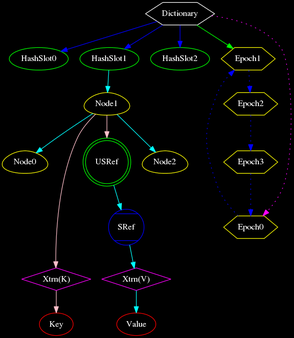
Above: Structures/diagram.png in exodist/GSD (Graphviz), before the change. Its source is kept beside it as Structures/diagram.dot.
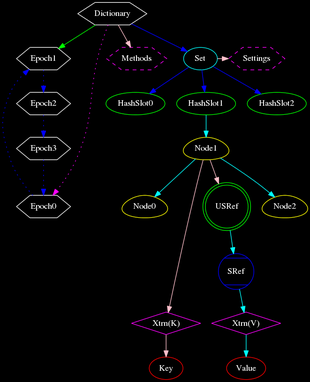
Above is the later version.

Diff of the diagram source:
```diff
@@ -1,15 +1,42 @@
 digraph overview {
     ordering=out
     bgcolor=black
-    node [color=white,fontcolor=white]
+    node [color=white,fontcolor=white,shape=hexagon]
 
     Dictionary [shape=hexagon]
 
+    edge [color=grey]
+
+    Dictionary->Epoch1 [color=green]
+    Dictionary->Epoch0 [style=dotted,color=magenta]
+
+    Epoch0->Epoch1 [style=dotted,color=blue]
+    Epoch1->Epoch2 [style=dotted,color=blue]
+    Epoch2->Epoch3 [style=dotted,color=blue]
+    Epoch3->Epoch0 [style=dotted,color=blue]
+
+    node [color=magenta,style=dashed]
+    Methods
+    Settings
+    Set [color=cyan,shape=oval,style=solid]
+    {rank=same; Settings Methods Set}
+
+    node [shape=oval]
+    edge [color=pink]
+    Set->Settings
+
+    edge [color=pink]
+    Dictionary->Methods
+
+    node [color=green,style=solid]
+    edge [color=blue]
+    Dictionary->Set
+
     edge [color=blue]
     node [color=green,fontcolor=white]
-    Dictionary->HashSlot0
-    Dictionary->HashSlot1
-    Dictionary->HashSlot2
+    Set->HashSlot0
+    Set->HashSlot1
+    Set->HashSlot2
 
     node [color=yellow,fontcolor=white]
     edge [color=cyan]
@@ -38,16 +65,6 @@
 
     {rank=same; HashSlot0 HashSlot1 HashSlot2}
     {rank=same; Node0 Node2}
+    {rank=same; XtrnA XtrnB}
     {rank=sink; Key Value}
-
-    node [shape=hexagon]
-    edge [color=grey]
-
-    Dictionary->Epoch1 [color=green]
-    Dictionary->Epoch0 [style=dotted,color=magenta]
-
-    Epoch0->Epoch1 [style=dotted,color=blue]
-    Epoch1->Epoch2 [style=dotted,color=blue]
-    Epoch2->Epoch3 [style=dotted,color=blue]
-    Epoch3->Epoch0 [style=dotted,color=blue]
 }
```
